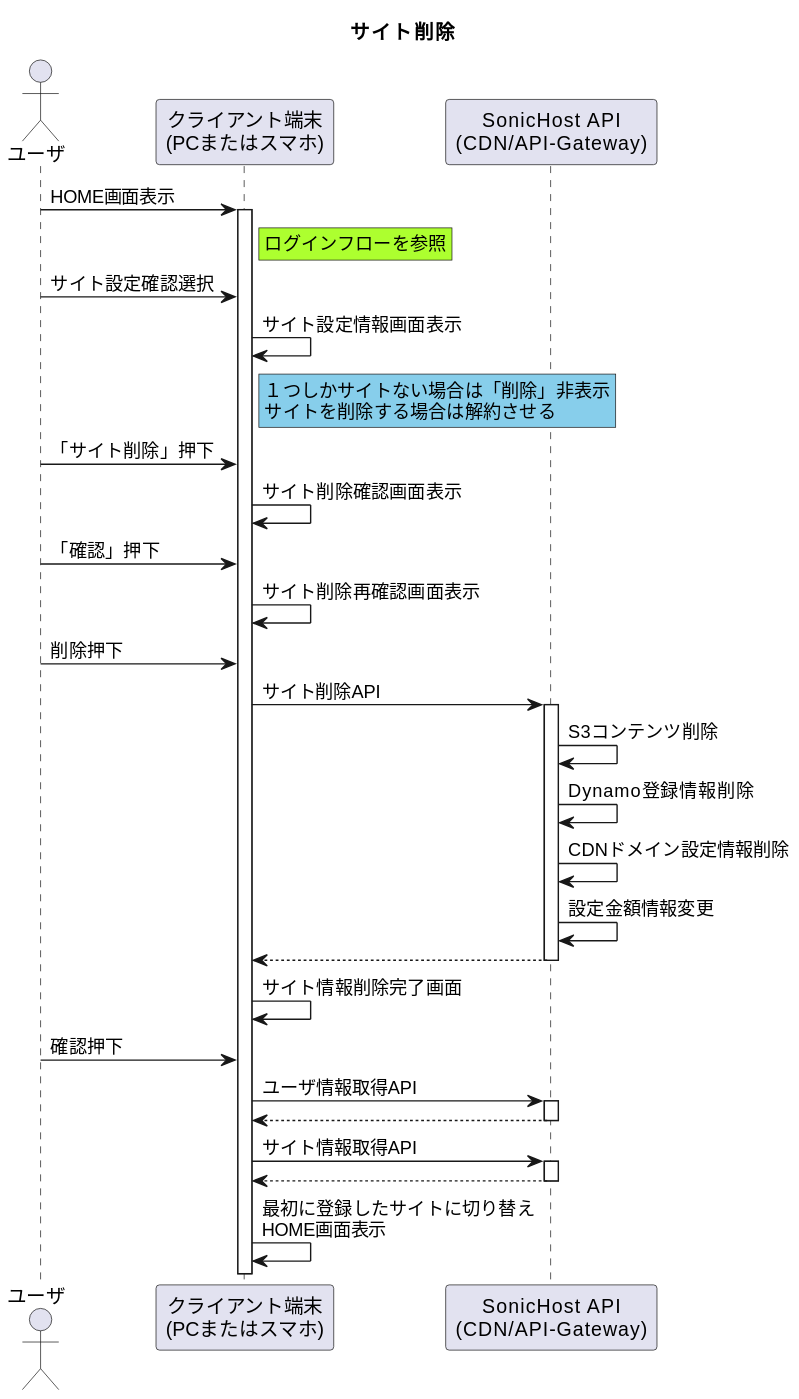
Earlier version of the PlantUML export 01_Sequences/03_SiteRegistration/03_deleteSite/deleteSiteFlow.svg (Sonic-Host/documents).
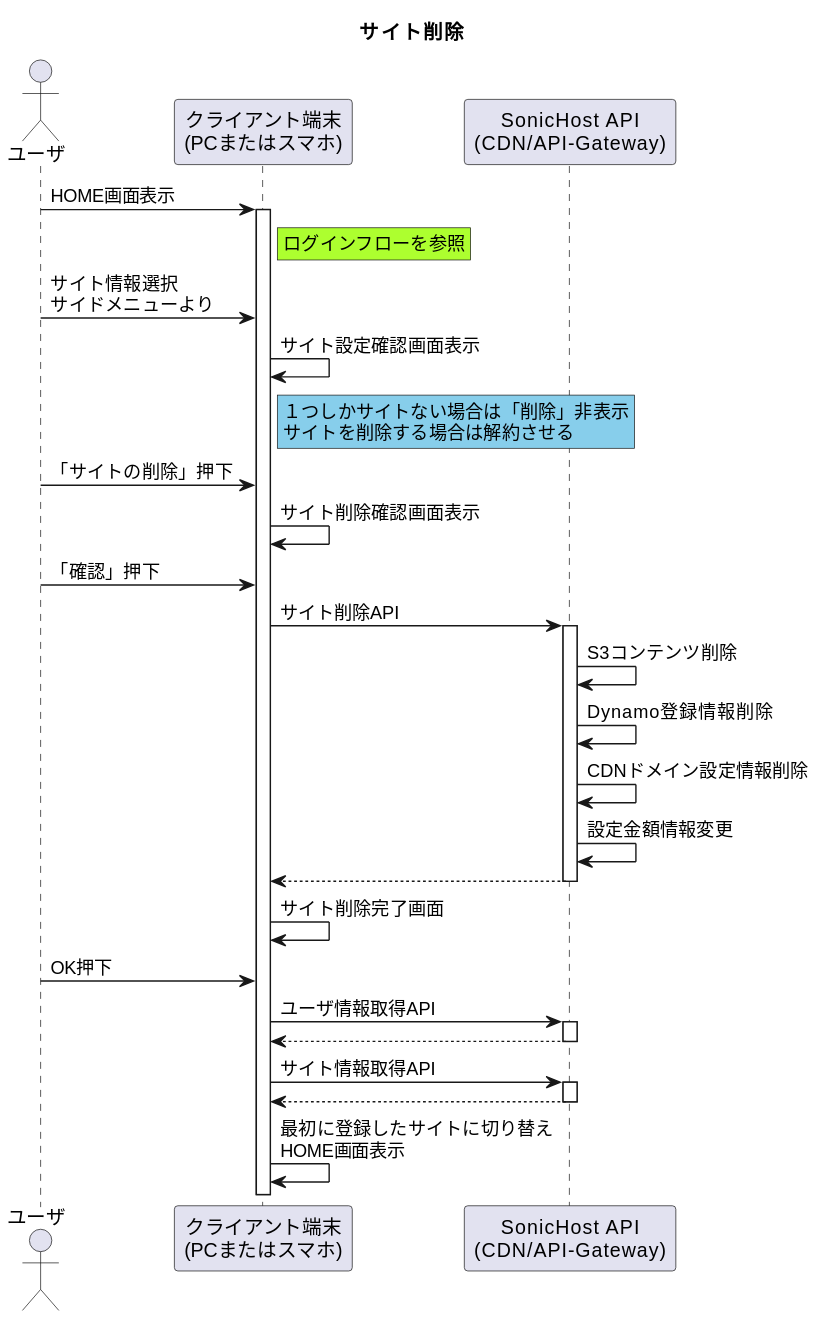
After the commit.

Diff of the diagram source:
```diff
@@ -9,25 +9,23 @@
 rnote right of device #GreenYellow
     ログインフローを参照
 end note
-user -> device : サイト設定確認選択
-device -> device : サイト設定情報画面表示
+user -> device : サイト情報選択\nサイドメニューより
+device -> device : サイト設定確認画面表示
 rnote right of device #SkyBlue
     １つしかサイトない場合は「削除」非表示
     サイトを削除する場合は解約させる
 end note
-user -> device : 「サイト削除」押下
+user -> device : 「サイトの削除」押下
 device -> device : サイト削除確認画面表示
 user -> device : 「確認」押下
-device -> device : サイト削除再確認画面表示
-user -> device : 削除押下
 device -> api ++ : サイト削除API
 api -> api : S3コンテンツ削除
 api -> api : Dynamo登録情報削除
 api -> api : CDNドメイン設定情報削除
 api -> api : 設定金額情報変更
 device <-- api --
-device -> device : サイト情報削除完了画面
-user -> device : 確認押下
+device -> device : サイト削除完了画面
+user -> device : OK押下
 device -> api ++ : ユーザ情報取得API
 device <-- api --
 device -> api ++ : サイト情報取得API
```
